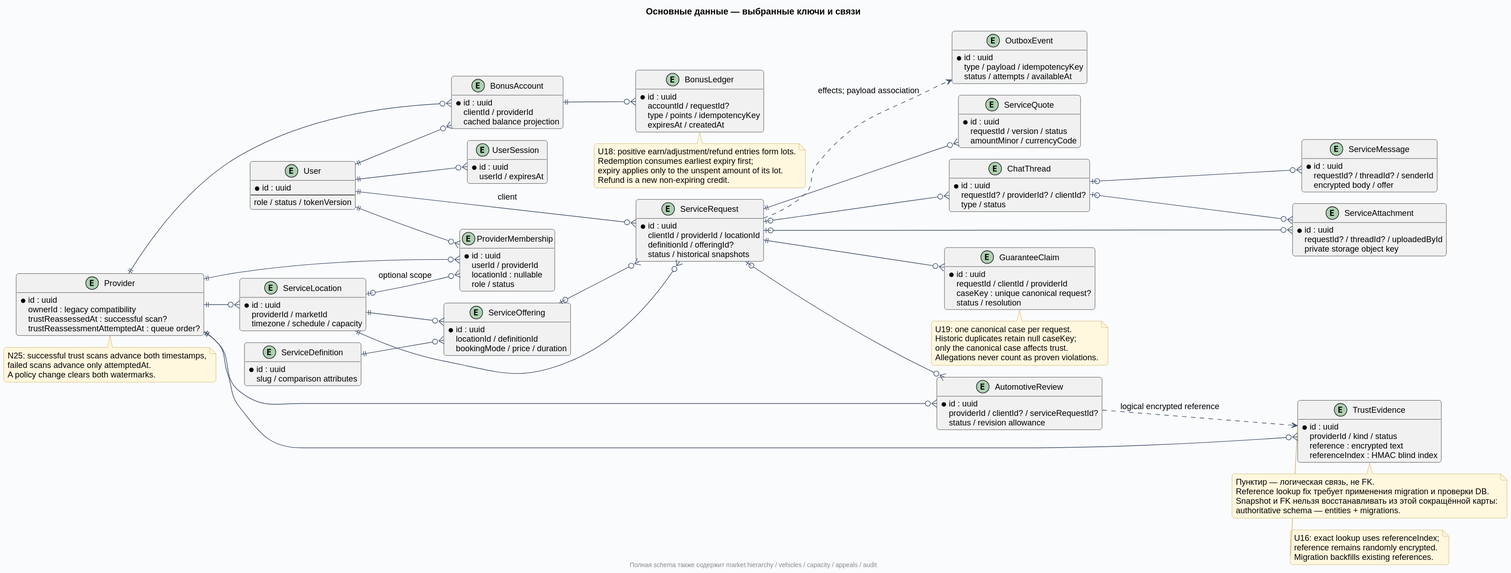
Dima163163/auto-care-hub keeps this PlantUML diagram as docs/diagrams/rendered/05-domain-data.svg. Above is the earlier version.
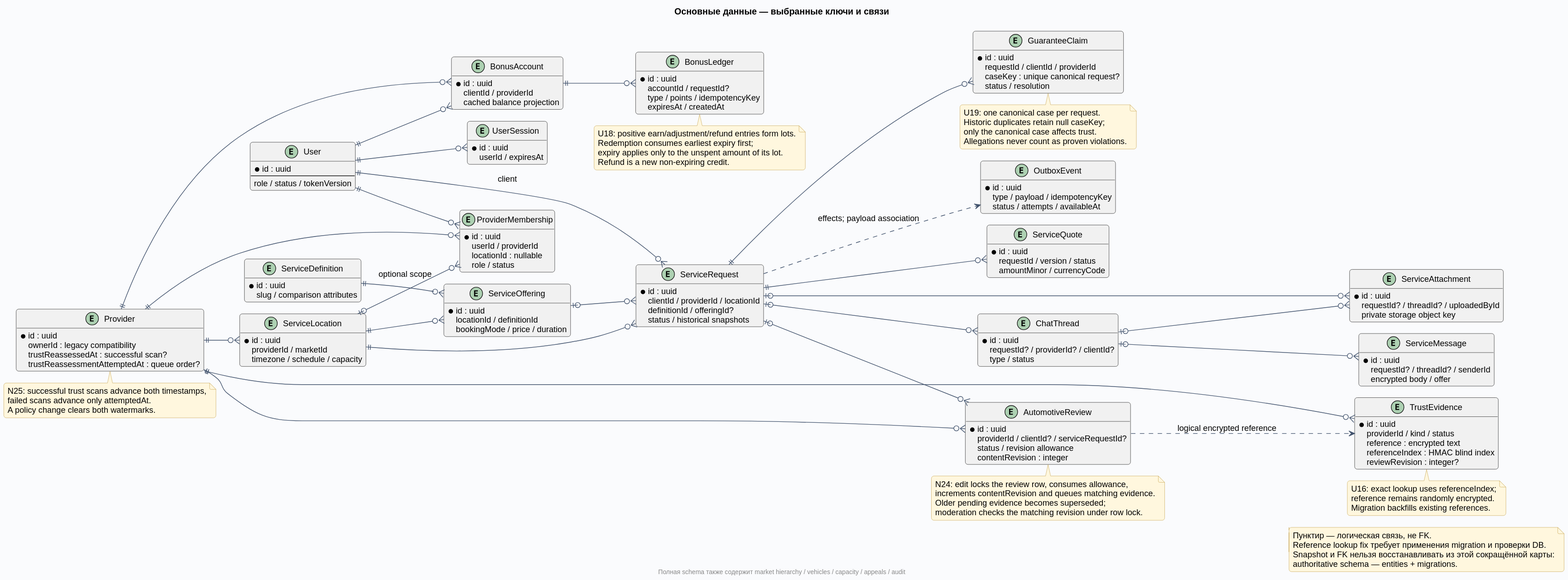
After the change.

The edit, as a diff of the source:
```diff
@@ -67,12 +67,14 @@
   * id : uuid
   providerId / clientId? / serviceRequestId?
   status / revision allowance
+  contentRevision : integer
 }
 entity "TrustEvidence" as Evidence {
   * id : uuid
   providerId / kind / status
   reference : encrypted text
   referenceIndex : HMAC blind index
+  reviewRevision : integer?
 }
 entity "GuaranteeClaim" as Claim {
   * id : uuid
@@ -141,6 +143,12 @@
   reference remains randomly encrypted.
   Migration backfills existing references.
 end note
+note bottom of Review
+  N24: edit locks the review row, consumes allowance,
+  increments contentRevision and queues matching evidence.
+  Older pending evidence becomes superseded;
+  moderation checks the matching revision under row lock.
+end note
 Request ..> Outbox : effects; payload association
 note bottom of Evidence
   Пунктир — логическая связь, не FK.
```
